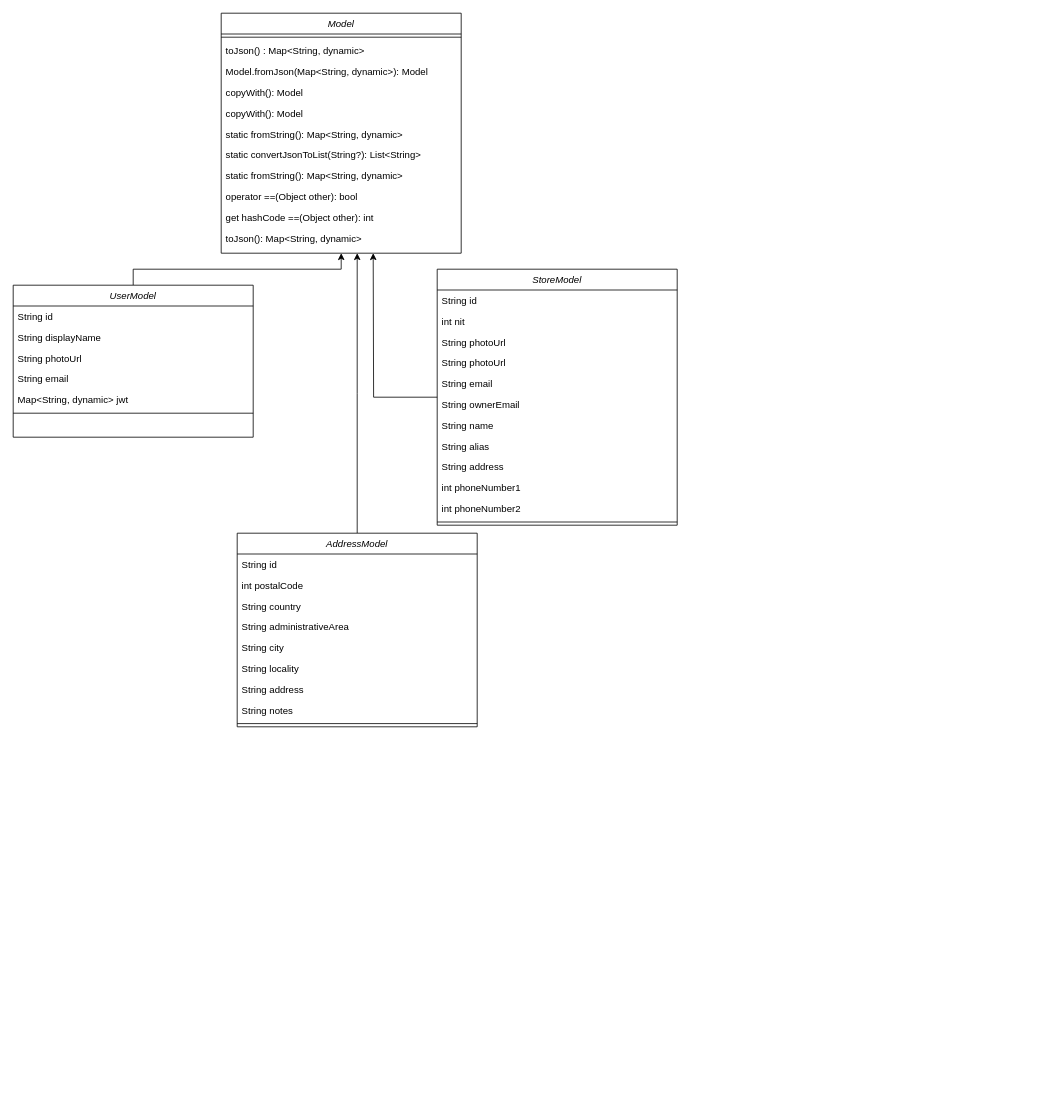
Above: uml/uml_diagrams.drawio in grupo-jocaagura/jocaagura_domain (draw.io), before the change. Source tidied: cells renumbered, new cells numbered last; positions are measured from the earlier drawing's top-left corner, leaving out a move shared by most shapes. Both pictures are drawn from the tidied source at 80%, with x=0, y=0 at pixel (13, 13).
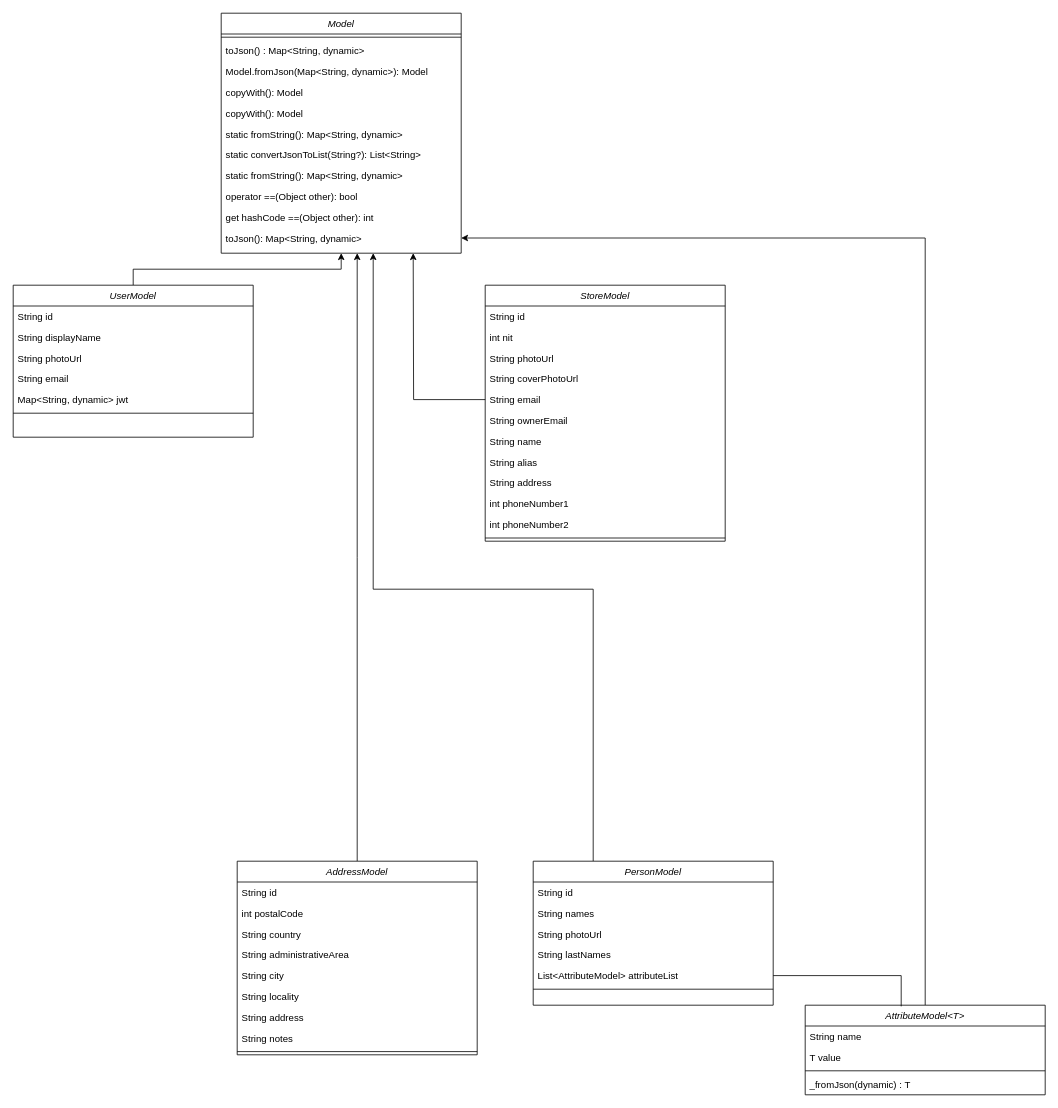
Above is the later version.

Unchanged cells that the change refers to:
```xml
<mxCell id="14" value="toJson(): Map&lt;String, dynamic&gt;" style="text;align=left;verticalAlign=top;spacingLeft=4;spacingRight=4;overflow=hidden;points=[[0,0.5],[1,0.5]];portConstraint=eastwest;" parent="3" vertex="1">
  <mxGeometry y="268" width="300" height="26" as="geometry" />
</mxCell>
<mxCell id="28" value="String email" style="text;align=left;verticalAlign=top;spacingLeft=4;spacingRight=4;overflow=hidden;points=[[0,0.5],[1,0.5]];portConstraint=eastwest;" parent="23" vertex="1">
  <mxGeometry y="130" width="300" height="26" as="geometry" />
</mxCell>
```

Change to the diagram source:
```diff
@@
-    <mxCell id="22" style="edgeStyle=orthogonalEdgeStyle;rounded=0;jettySize=auto;html=1;" parent="1" edge="1" source="23">
+    <mxCell id="22" style="edgeStyle=orthogonalEdgeStyle;rounded=0;jettySize=auto;html=1;" parent="1" edge="1" source="28">
       <mxGeometry relative="1" as="geometry">
-        <mxPoint x="450" y="300" as="targetPoint" />
+        <mxPoint x="500" y="300" as="targetPoint" />
       </mxGeometry>
     </mxCell>
     <mxCell id="23" value="StoreModel" style="swimlane;fontStyle=2;align=center;verticalAlign=top;horizontal=1;startSize=26;rounded=0;shadow=0;strokeWidth=1;" parent="1" vertex="1">
-      <mxGeometry x="530" y="320" width="300" height="320" as="geometry" />
+      <mxGeometry x="590" y="340" width="300" height="320" as="geometry" />
     </mxCell>
@@
-    <mxCell id="27" value="String photoUrl" style="text;align=left;verticalAlign=top;spacingLeft=4;spacingRight=4;overflow=hidden;" parent="23" vertex="1">
+    <mxCell id="27" value="String coverPhotoUrl" style="text;align=left;verticalAlign=top;spacingLeft=4;spacingRight=4;overflow=hidden;" parent="23" vertex="1">
       <mxGeometry y="104" width="300" height="26" as="geometry" />
     </mxCell>
@@
     <mxCell id="37" value="AddressModel" style="swimlane;fontStyle=2;align=center;verticalAlign=top;horizontal=1;startSize=26;rounded=0;shadow=0;strokeWidth=1;" parent="1" vertex="1">
-      <mxGeometry x="280" y="650" width="300" height="242" as="geometry" />
+      <mxGeometry x="280" y="1060" width="300" height="242" as="geometry" />
     </mxCell>
@@
+    <mxCell id="47" style="edgeStyle=orthogonalEdgeStyle;rounded=0;jettySize=auto;html=1;exitX=0.25;exitY=0;exitDx=0;exitDy=0;" parent="1" edge="1" source="48">
+      <mxGeometry relative="1" as="geometry">
+        <mxPoint x="450" y="300" as="targetPoint" />
+        <Array as="points">
+          <mxPoint x="450" y="720" />
+        </Array>
+      </mxGeometry>
+    </mxCell>
+    <mxCell id="48" value="PersonModel" style="swimlane;fontStyle=2;align=center;verticalAlign=top;horizontal=1;startSize=26;rounded=0;shadow=0;strokeWidth=1;" parent="1" vertex="1">
+      <mxGeometry x="650" y="1060" width="300" height="180" as="geometry" />
+    </mxCell>
+    <mxCell id="49" value="String id" style="text;align=left;verticalAlign=top;spacingLeft=4;spacingRight=4;overflow=hidden;" parent="48" vertex="1">
+      <mxGeometry y="26" width="300" height="26" as="geometry" />
+    </mxCell>
+    <mxCell id="50" value="String names" style="text;align=left;verticalAlign=top;spacingLeft=4;spacingRight=4;overflow=hidden;" parent="48" vertex="1">
+      <mxGeometry y="52" width="300" height="26" as="geometry" />
+    </mxCell>
+    <mxCell id="51" value="String photoUrl" style="text;align=left;verticalAlign=top;spacingLeft=4;spacingRight=4;overflow=hidden;" parent="48" vertex="1">
+      <mxGeometry y="78" width="300" height="26" as="geometry" />
+    </mxCell>
+    <mxCell id="52" value="String lastNames" style="text;align=left;verticalAlign=top;spacingLeft=4;spacingRight=4;overflow=hidden;" parent="48" vertex="1">
+      <mxGeometry y="104" width="300" height="26" as="geometry" />
+    </mxCell>
+    <mxCell id="53" value="List&lt;AttributeModel&gt; attributeList" style="text;align=left;verticalAlign=top;spacingLeft=4;spacingRight=4;overflow=hidden;points=[[0,0.5],[1,0.5]];portConstraint=eastwest;" parent="48" vertex="1">
+      <mxGeometry y="130" width="300" height="26" as="geometry" />
+    </mxCell>
+    <mxCell id="54" style="line;html=1;strokeWidth=1;align=left;verticalAlign=middle;spacingTop=-1;spacingLeft=3;spacingRight=3;labelPosition=right;" parent="48" vertex="1">
+      <mxGeometry y="156" width="300" height="8" as="geometry" />
+    </mxCell>
+    <mxCell id="55" style="edgeStyle=orthogonalEdgeStyle;rounded=0;jettySize=auto;html=1;" parent="1" edge="1" source="56" target="14">
+      <mxGeometry relative="1" as="geometry" />
+    </mxCell>
+    <mxCell id="56" value="AttributeModel&lt;T&gt;" style="swimlane;fontStyle=2;align=center;verticalAlign=top;horizontal=1;startSize=26;rounded=0;shadow=0;strokeWidth=1;" parent="1" vertex="1">
+      <mxGeometry x="990" y="1240" width="300" height="112" as="geometry" />
+    </mxCell>
+    <mxCell id="57" value="String name" style="text;align=left;verticalAlign=top;spacingLeft=4;spacingRight=4;overflow=hidden;" parent="56" vertex="1">
+      <mxGeometry y="26" width="300" height="26" as="geometry" />
+    </mxCell>
+    <mxCell id="58" value="T value" style="text;align=left;verticalAlign=top;spacingLeft=4;spacingRight=4;overflow=hidden;" parent="56" vertex="1">
+      <mxGeometry y="52" width="300" height="26" as="geometry" />
+    </mxCell>
+    <mxCell id="59" style="line;html=1;strokeWidth=1;align=left;verticalAlign=middle;spacingTop=-1;spacingLeft=3;spacingRight=3;labelPosition=right;" parent="56" vertex="1">
+      <mxGeometry y="78" width="300" height="8" as="geometry" />
+    </mxCell>
+    <mxCell id="60" value="_fromJson(dynamic) : T" style="text;align=left;verticalAlign=top;spacingLeft=4;spacingRight=4;overflow=hidden;" parent="56" vertex="1">
+      <mxGeometry y="86" width="300" height="26" as="geometry" />
+    </mxCell>
+    <mxCell id="61" style="edgeStyle=orthogonalEdgeStyle;rounded=0;jettySize=auto;html=1;entryX=0.4;entryY=0.013;entryDx=0;entryDy=0;entryPerimeter=0;endArrow=none;endFill=0;" parent="1" edge="1" source="53" target="56">
+      <mxGeometry relative="1" as="geometry">
+        <Array as="points">
+          <mxPoint x="1110" y="1203" />
+          <mxPoint x="1110" y="1242" />
+        </Array>
+      </mxGeometry>
+    </mxCell>
```
